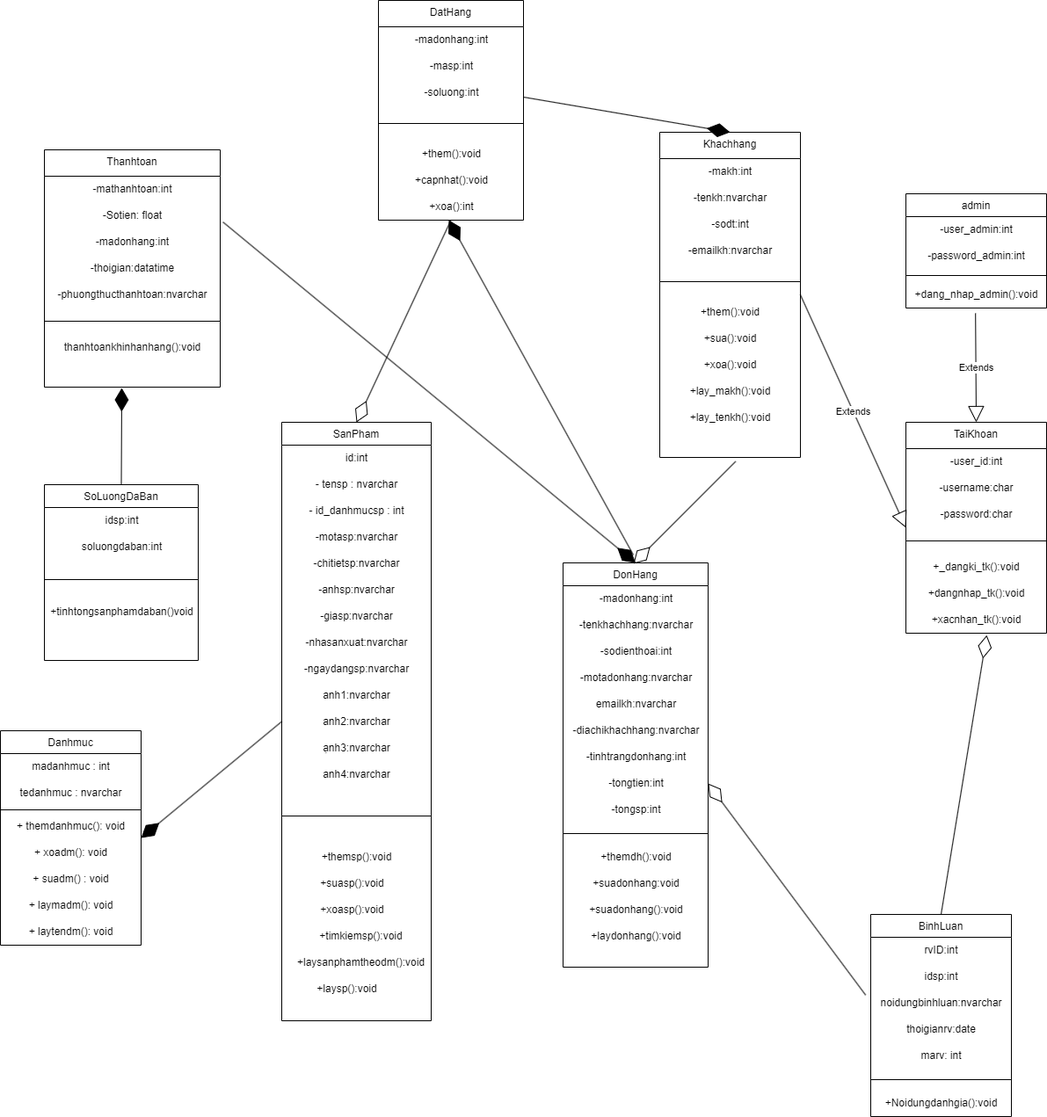
Above: vẽ class diagram cho web bán hàng.drawio.png in TTHTech/Diagram (draw.io), before the change. Source tidied: cells renumbered, new cells last; positions are measured from the earlier drawing's top-left corner, leaving out a move shared by most shapes.
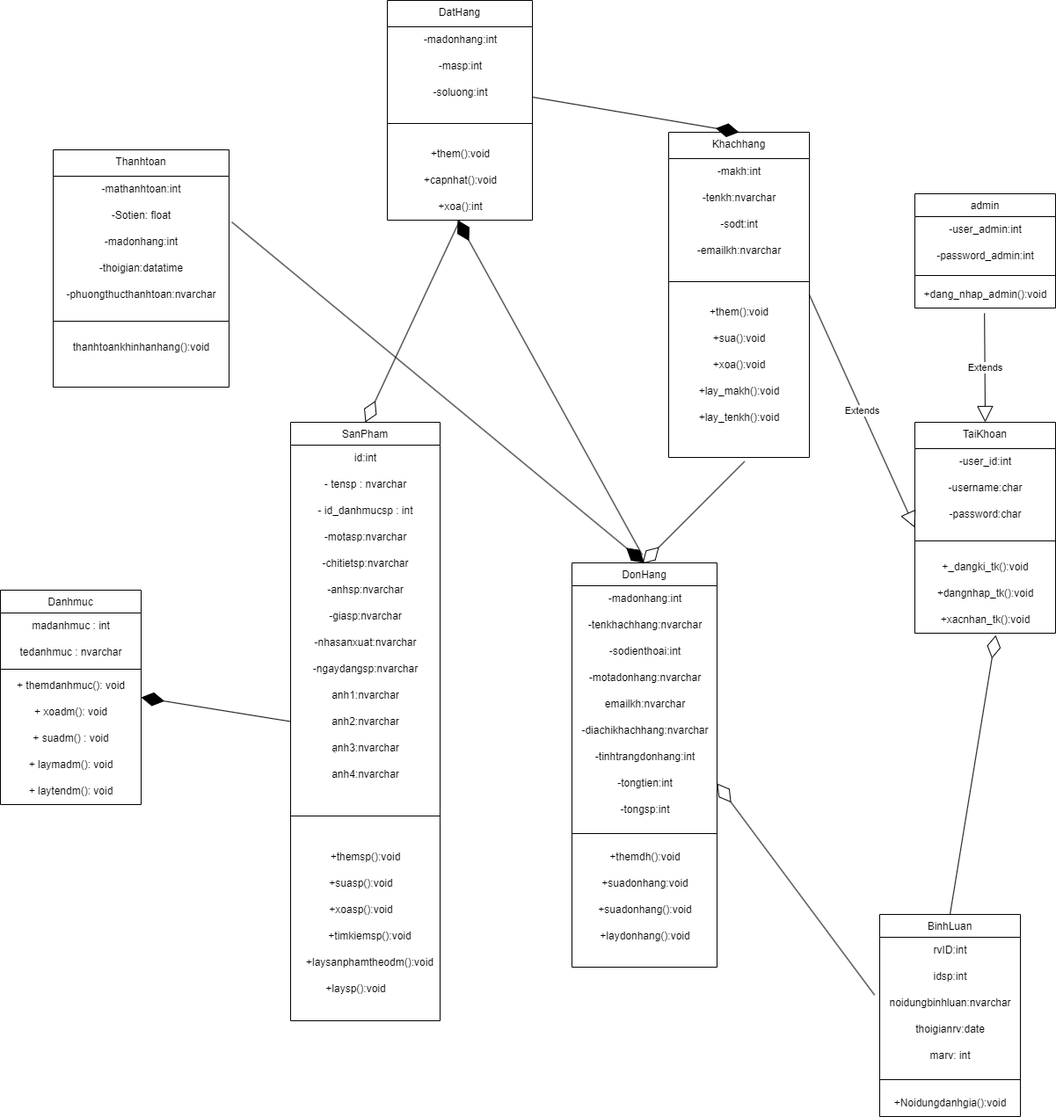
After the commit.

Commit message:
Cập nhật vẽ class diagram cho web bán hàng.drawio.png

The edit, as a diff of the source:
```diff
@@ -3,7 +3,7 @@
     <mxCell id="0" />
     <mxCell id="1" parent="0" />
     <mxCell id="2" value="Danhmuc" style="swimlane;fontStyle=0;align=center;verticalAlign=top;horizontal=1;startSize=26;rounded=0;shadow=0;strokeWidth=1;" parent="1" vertex="1">
-      <mxGeometry y="831" width="160" height="244" as="geometry" />
+      <mxGeometry x="-10" y="671" width="160" height="244" as="geometry" />
     </mxCell>
     <mxCell id="3" value="madanhmuc : int" style="text;html=1;align=center;verticalAlign=middle;strokeColor=none;fillColor=none;" parent="2" vertex="1">
       <mxGeometry y="26" width="160" height="30" as="geometry" />
@@ -226,26 +226,6 @@
         <mxPoint x="720" y="641" as="targetPoint" />
       </mxGeometry>
     </mxCell>
-    <mxCell id="74" value="SoLuongDaBan" style="swimlane;fontStyle=0;align=center;verticalAlign=top;horizontal=1;startSize=26;rounded=0;shadow=0;strokeWidth=1;" parent="1" vertex="1">
-      <mxGeometry x="50" y="551" width="175" height="200" as="geometry" />
-    </mxCell>
-    <mxCell id="75" value="idsp:int" style="text;html=1;align=center;verticalAlign=middle;strokeColor=none;fillColor=none;" parent="74" vertex="1">
-      <mxGeometry y="26" width="175" height="30" as="geometry" />
-    </mxCell>
-    <mxCell id="76" value="soluongdaban:int" style="text;html=1;align=center;verticalAlign=middle;strokeColor=none;fillColor=none;" parent="74" vertex="1">
-      <mxGeometry y="56" width="175" height="30" as="geometry" />
-    </mxCell>
-    <mxCell id="77" style="line;html=1;strokeWidth=1;align=left;verticalAlign=middle;spacingTop=-1;spacingLeft=3;spacingRight=3;labelPosition=right;" parent="74" vertex="1">
-      <mxGeometry y="86" width="175" height="44" as="geometry" />
-    </mxCell>
-    <mxCell id="78" value="+tinhtongsanphamdaban()void" style="text;html=1;align=center;verticalAlign=middle;strokeColor=none;fillColor=none;" parent="74" vertex="1">
-      <mxGeometry y="130" width="175" height="30" as="geometry" />
-    </mxCell>
-    <mxCell id="79" style="endArrow=diamondThin;endFill=1;endSize=24;html=1;rounded=0;exitX=0.5;exitY=0;exitDx=0;exitDy=0;" parent="1" edge="1" source="74">
-      <mxGeometry relative="1" as="geometry">
-        <mxPoint x="138" y="441" as="targetPoint" />
-      </mxGeometry>
-    </mxCell>
     <mxCell id="80" value="SanPham" style="swimlane;fontStyle=0;align=center;verticalAlign=top;horizontal=1;startSize=26;rounded=0;shadow=0;strokeWidth=1;" parent="1" vertex="1">
       <mxGeometry x="320" y="480" width="170" height="681" as="geometry" />
     </mxCell>
```
